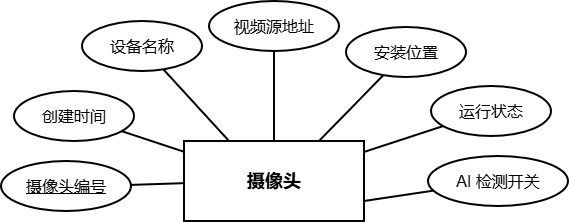
Dean-op/forest_fire keeps this draw.io diagram as docs/PaperImages/实体图/图 4.8 摄像头信息实体属性图.drawio.png. Above is the earlier version. Source tidied: cells renumbered, new cells last; positions are measured from the earlier drawing's top-left corner, leaving out a move shared by most shapes.
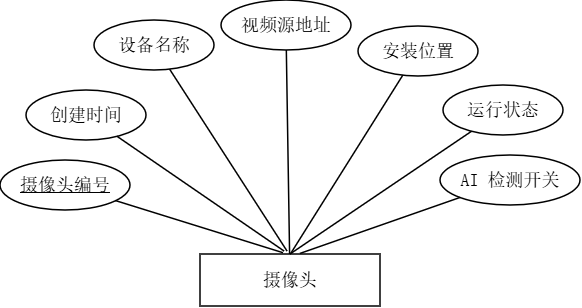
Later version of the same file.

Diff of the diagram source:
```diff
@@ -2,50 +2,56 @@
   <root>
     <mxCell id="0" />
     <mxCell id="1" parent="0" />
-    <mxCell id="2" value="摄像头" style="rounded=0;whiteSpace=wrap;html=1;strokeWidth=2;fontSize=18;fontStyle=1;align=center;verticalAlign=middle;labelBackgroundColor=none;" parent="1" vertex="1">
-      <mxGeometry x="183" y="140" width="180" height="80" as="geometry" />
+    <mxCell id="2" value="摄像头" style="rounded=0;whiteSpace=wrap;html=1;strokeWidth=1.5;fontSize=18;fontStyle=0;align=center;verticalAlign=middle;labelBackgroundColor=none;fontFamily=宋体;" parent="1" vertex="1">
+      <mxGeometry x="187" y="254" width="180" height="52" as="geometry" />
     </mxCell>
-    <mxCell id="3" value="&lt;u&gt;摄像头编号&lt;/u&gt;" style="ellipse;whiteSpace=wrap;html=1;strokeWidth=2;fontSize=16;labelBackgroundColor=none;" parent="1" vertex="1">
-      <mxGeometry y="160" width="130" height="50" as="geometry" />
+    <mxCell id="3" value="&lt;u&gt;摄像头编号&lt;/u&gt;" style="ellipse;whiteSpace=wrap;html=1;strokeWidth=1.5;fontSize=18;labelBackgroundColor=none;fontStyle=0;fontFamily=宋体;" parent="1" vertex="1">
+      <mxGeometry x="-13" y="160" width="130" height="50" as="geometry" />
     </mxCell>
-    <mxCell id="4" value="设备名称" style="ellipse;whiteSpace=wrap;html=1;strokeWidth=2;fontSize=16;labelBackgroundColor=none;" parent="1" vertex="1">
+    <mxCell id="4" value="设备名称" style="ellipse;whiteSpace=wrap;html=1;strokeWidth=1.5;fontSize=18;labelBackgroundColor=none;fontStyle=0;fontFamily=宋体;" parent="1" vertex="1">
       <mxGeometry x="81" y="20" width="120" height="50" as="geometry" />
     </mxCell>
-    <mxCell id="5" value="视频源地址" style="ellipse;whiteSpace=wrap;html=1;strokeWidth=2;fontSize=16;labelBackgroundColor=none;" parent="1" vertex="1">
+    <mxCell id="5" value="视频源地址" style="ellipse;whiteSpace=wrap;html=1;strokeWidth=1.5;fontSize=18;labelBackgroundColor=none;fontStyle=0;fontFamily=宋体;" parent="1" vertex="1">
       <mxGeometry x="208" width="130" height="50" as="geometry" />
     </mxCell>
-    <mxCell id="6" value="安装位置" style="ellipse;whiteSpace=wrap;html=1;strokeWidth=2;fontSize=16;labelBackgroundColor=none;" parent="1" vertex="1">
+    <mxCell id="6" value="安装位置" style="ellipse;whiteSpace=wrap;html=1;strokeWidth=1.5;fontSize=18;labelBackgroundColor=none;fontStyle=0;fontFamily=宋体;" parent="1" vertex="1">
       <mxGeometry x="345" y="26" width="120" height="50" as="geometry" />
     </mxCell>
-    <mxCell id="7" value="运行状态" style="ellipse;whiteSpace=wrap;html=1;strokeWidth=2;fontSize=16;labelBackgroundColor=none;" parent="1" vertex="1">
+    <mxCell id="7" value="运行状态" style="ellipse;whiteSpace=wrap;html=1;strokeWidth=1.5;fontSize=18;labelBackgroundColor=none;fontStyle=0;fontFamily=宋体;" parent="1" vertex="1">
       <mxGeometry x="430" y="85" width="120" height="50" as="geometry" />
     </mxCell>
-    <mxCell id="8" value="AI 检测开关" style="ellipse;whiteSpace=wrap;html=1;strokeWidth=2;fontSize=16;labelBackgroundColor=none;" parent="1" vertex="1">
+    <mxCell id="8" value="AI 检测开关" style="ellipse;whiteSpace=wrap;html=1;strokeWidth=1.5;fontSize=18;labelBackgroundColor=none;fontStyle=0;fontFamily=宋体;" parent="1" vertex="1">
       <mxGeometry x="427" y="155" width="140" height="50" as="geometry" />
     </mxCell>
-    <mxCell id="9" value="创建时间" style="ellipse;whiteSpace=wrap;html=1;strokeWidth=2;fontSize=16;labelBackgroundColor=none;" parent="1" vertex="1">
+    <mxCell id="9" value="创建时间" style="ellipse;whiteSpace=wrap;html=1;strokeWidth=1.5;fontSize=18;labelBackgroundColor=none;fontStyle=0;fontFamily=宋体;" parent="1" vertex="1">
       <mxGeometry x="13" y="90" width="120" height="50" as="geometry" />
     </mxCell>
-    <mxCell id="10" style="rounded=0;jettySize=auto;html=1;strokeWidth=2;endArrow=none;labelBackgroundColor=none;fontColor=default;" parent="1" edge="1" source="3" target="2">
+    <mxCell id="10" style="rounded=0;jettySize=auto;html=1;strokeWidth=1.5;endArrow=none;labelBackgroundColor=none;fontColor=default;entryX=0.461;entryY=-0.025;entryDx=0;entryDy=0;entryPerimeter=0;fontStyle=0;fontSize=18;fontFamily=宋体;" parent="1" edge="1" source="3" target="2">
       <mxGeometry relative="1" as="geometry" />
     </mxCell>
-    <mxCell id="11" style="rounded=0;jettySize=auto;html=1;strokeWidth=2;endArrow=none;labelBackgroundColor=none;fontColor=default;entryX=0.25;entryY=0;entryDx=0;entryDy=0;" parent="1" edge="1" source="4" target="2">
-      <mxGeometry relative="1" as="geometry" />
+    <mxCell id="11" style="rounded=0;jettySize=auto;html=1;strokeWidth=1.5;endArrow=none;labelBackgroundColor=none;fontColor=default;fontStyle=0;fontSize=18;fontFamily=宋体;" parent="1" edge="1" source="4">
+      <mxGeometry relative="1" as="geometry">
+        <mxPoint x="274" y="251" as="targetPoint" />
+      </mxGeometry>
     </mxCell>
-    <mxCell id="12" style="rounded=0;jettySize=auto;html=1;strokeWidth=2;endArrow=none;labelBackgroundColor=none;fontColor=default;" parent="1" edge="1" source="5" target="2">
+    <mxCell id="12" style="rounded=0;jettySize=auto;html=1;strokeWidth=1.5;endArrow=none;labelBackgroundColor=none;fontColor=default;fontStyle=0;fontSize=18;fontFamily=宋体;" parent="1" edge="1" source="5" target="2">
       <mxGeometry relative="1" as="geometry" />
     </mxCell>
-    <mxCell id="13" style="rounded=0;jettySize=auto;html=1;strokeWidth=2;endArrow=none;labelBackgroundColor=none;fontColor=default;entryX=0.75;entryY=0;entryDx=0;entryDy=0;" parent="1" edge="1" source="6" target="2">
-      <mxGeometry relative="1" as="geometry" />
+    <mxCell id="13" style="rounded=0;jettySize=auto;html=1;strokeWidth=1.5;endArrow=none;labelBackgroundColor=none;fontColor=default;fontStyle=0;fontSize=18;fontFamily=宋体;" parent="1" edge="1" source="6">
+      <mxGeometry relative="1" as="geometry">
+        <mxPoint x="278" y="253" as="targetPoint" />
+      </mxGeometry>
     </mxCell>
-    <mxCell id="14" style="rounded=0;jettySize=auto;html=1;strokeWidth=2;endArrow=none;labelBackgroundColor=none;fontColor=default;" parent="1" edge="1" source="7" target="2">
+    <mxCell id="14" style="rounded=0;jettySize=auto;html=1;strokeWidth=1.5;endArrow=none;labelBackgroundColor=none;fontColor=default;entryX=0.5;entryY=0;entryDx=0;entryDy=0;fontStyle=0;fontSize=18;fontFamily=宋体;" parent="1" edge="1" source="7" target="2">
       <mxGeometry relative="1" as="geometry" />
     </mxCell>
-    <mxCell id="15" style="rounded=0;jettySize=auto;html=1;strokeWidth=2;endArrow=none;labelBackgroundColor=none;fontColor=default;entryX=1;entryY=0.75;entryDx=0;entryDy=0;" parent="1" edge="1" source="8" target="2">
+    <mxCell id="15" style="rounded=0;jettySize=auto;html=1;strokeWidth=1.5;endArrow=none;labelBackgroundColor=none;fontColor=default;entryX=0.556;entryY=-0.012;entryDx=0;entryDy=0;entryPerimeter=0;fontStyle=0;fontSize=18;fontFamily=宋体;" parent="1" edge="1" source="8" target="2">
       <mxGeometry relative="1" as="geometry" />
     </mxCell>
-    <mxCell id="16" style="rounded=0;jettySize=auto;html=1;strokeWidth=2;endArrow=none;labelBackgroundColor=none;fontColor=default;" parent="1" edge="1" source="9" target="2">
-      <mxGeometry relative="1" as="geometry" />
+    <mxCell id="16" style="rounded=0;jettySize=auto;html=1;strokeWidth=1.5;endArrow=none;labelBackgroundColor=none;fontColor=default;fontStyle=0;fontSize=18;fontFamily=宋体;" parent="1" edge="1" source="9">
+      <mxGeometry relative="1" as="geometry">
+        <mxPoint x="271" y="251" as="targetPoint" />
+      </mxGeometry>
     </mxCell>
   </root>
 </mxGraphModel>
```
